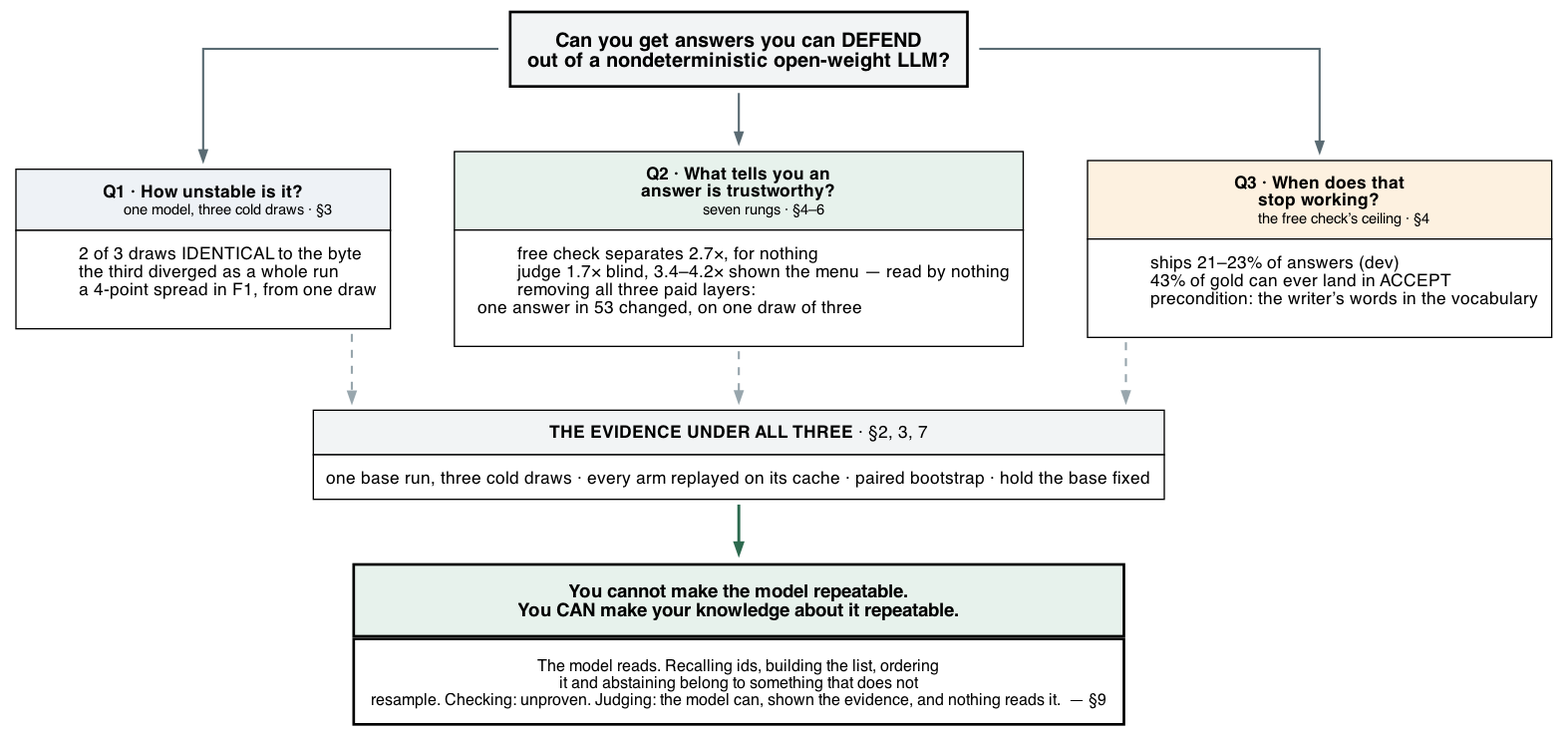
Before: docs/figures/fig6-spine-cadec.png, a diagram exported from Graphviz (wbagais/reliability-ladder). Its source is kept beside it as docs/figures/fig6-spine-cadec.dot.
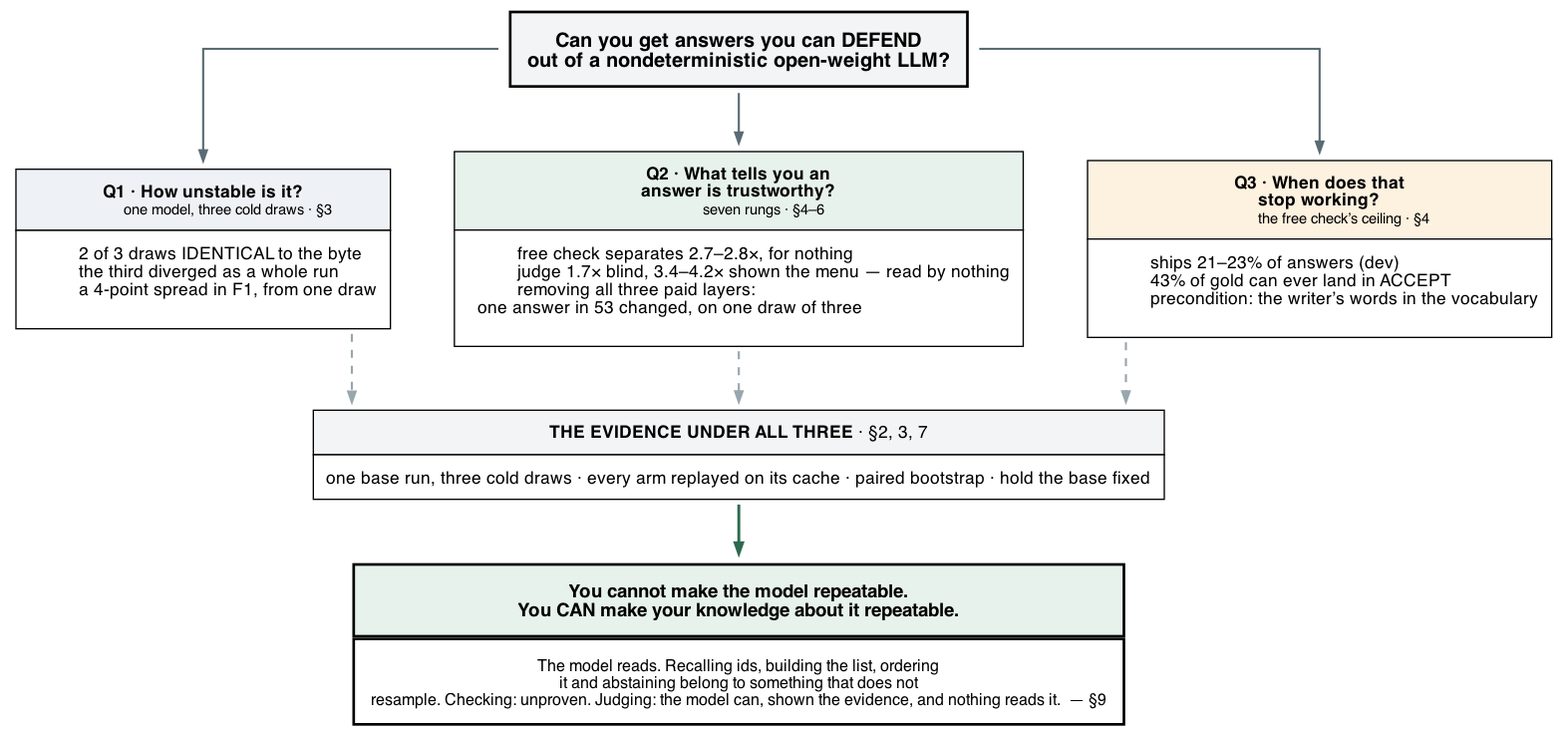
After the change.

Commit message:
CADEC article audited against the base run's files: §3's two examples and §9's error rate were not from it; rung 2 relocated one quote per draw, which the article denied; three figures corrected

Change to the diagram source:
```diff
@@ -20,7 +20,7 @@
       <TR><TD BGCOLOR="#e7f2ec"><B>Q2 &#183; What tells you an<BR/>answer is trustworthy?</B><BR/>
           <FONT POINT-SIZE="11">seven rungs &#183; &#167;4&#8211;6</FONT></TD></TR>
       <TR><TD BGCOLOR="#ffffff" ALIGN="LEFT">
-          free check separates 2.7&#215;, for nothing<BR ALIGN="LEFT"/>
+          free check separates 2.7&#8211;2.8&#215;, for nothing<BR ALIGN="LEFT"/>
           judge 1.7&#215; blind, 3.4&#8211;4.2&#215; shown the menu &#8212; read by nothing<BR ALIGN="LEFT"/>
           removing all three paid layers:<BR ALIGN="LEFT"/>&#160;&#160;one answer in 53 changed, on one draw of three<BR ALIGN="LEFT"/>
           </TD></TR></TABLE>>];
```
